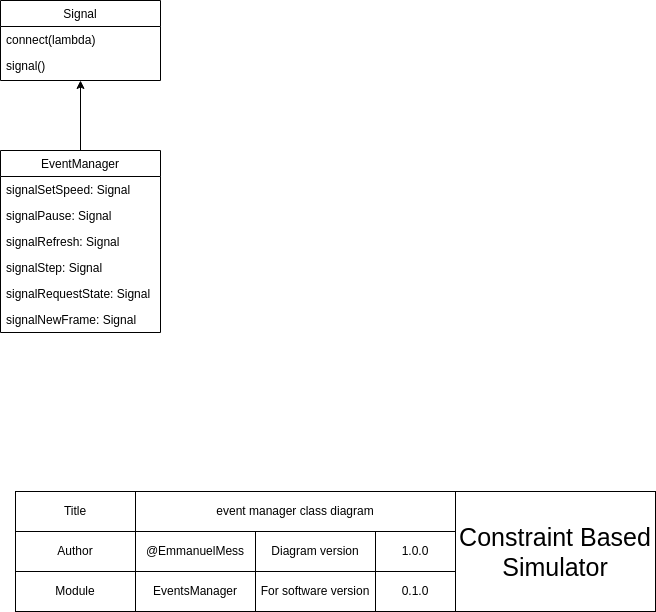
Before: design/diagrams/class/event manager class diagram.png, a diagram exported from draw.io (EmmanuelMess/ConstraintBasedSimulator). Source tidied: cells renumbered, new cells last; positions are measured from the earlier drawing's top-left corner, leaving out a move shared by most shapes.
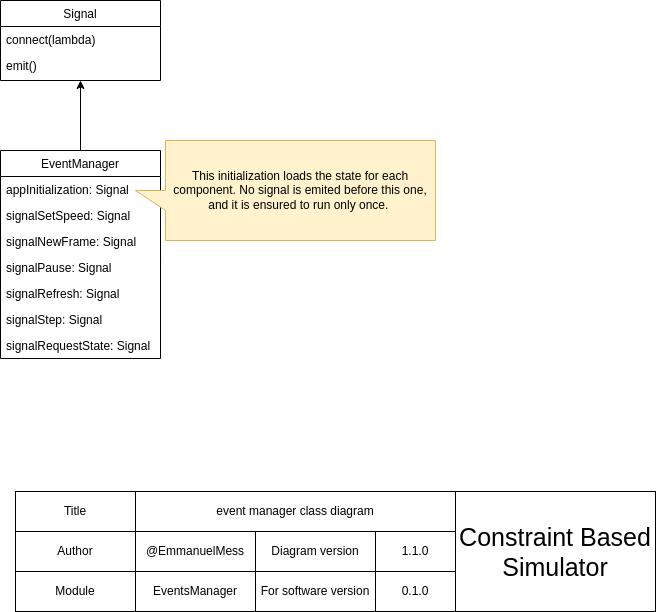
Later version of the same file.

Change to the diagram source:
```diff
@@ -3,26 +3,29 @@
     <mxCell id="0" />
     <mxCell id="1" parent="0" />
     <mxCell id="2" value="EventManager" style="swimlane;fontStyle=0;align=center;verticalAlign=top;horizontal=1;startSize=26;rounded=0;shadow=0;strokeWidth=1;" parent="1" vertex="1">
-      <mxGeometry y="150" width="160" height="182" as="geometry" />
+      <mxGeometry y="150" width="160" height="208" as="geometry" />
     </mxCell>
+    <mxCell id="8" value="appInitialization: Signal" style="text;align=left;verticalAlign=top;spacingLeft=4;spacingRight=4;overflow=hidden;" parent="2" vertex="1">
+      <mxGeometry y="26" width="160" height="26" as="geometry" />
+    </mxCell>
     <mxCell id="3" value="signalSetSpeed: Signal" style="text;align=left;verticalAlign=top;spacingLeft=4;spacingRight=4;overflow=hidden;" parent="2" vertex="1">
-      <mxGeometry y="26" width="160" height="26" as="geometry" />
+      <mxGeometry y="52" width="160" height="26" as="geometry" />
     </mxCell>
+    <mxCell id="24" value="signalNewFrame: Signal" style="text;align=left;verticalAlign=top;spacingLeft=4;spacingRight=4;overflow=hidden;" parent="2" vertex="1">
+      <mxGeometry y="78" width="160" height="26" as="geometry" />
+    </mxCell>
     <mxCell id="4" value="signalPause: Signal" style="text;align=left;verticalAlign=top;spacingLeft=4;spacingRight=4;overflow=hidden;" parent="2" vertex="1">
-      <mxGeometry y="52" width="160" height="26" as="geometry" />
+      <mxGeometry y="104" width="160" height="26" as="geometry" />
     </mxCell>
     <mxCell id="5" value="signalRefresh: Signal" style="text;align=left;verticalAlign=top;spacingLeft=4;spacingRight=4;overflow=hidden;" parent="2" vertex="1">
-      <mxGeometry y="78" width="160" height="26" as="geometry" />
+      <mxGeometry y="130" width="160" height="26" as="geometry" />
     </mxCell>
     <mxCell id="6" value="signalStep: Signal" style="text;align=left;verticalAlign=top;spacingLeft=4;spacingRight=4;overflow=hidden;" parent="2" vertex="1">
-      <mxGeometry y="104" width="160" height="26" as="geometry" />
+      <mxGeometry y="156" width="160" height="26" as="geometry" />
     </mxCell>
     <mxCell id="7" value="signalRequestState: Signal" style="text;align=left;verticalAlign=top;spacingLeft=4;spacingRight=4;overflow=hidden;" parent="2" vertex="1">
-      <mxGeometry y="130" width="160" height="26" as="geometry" />
+      <mxGeometry y="182" width="160" height="26" as="geometry" />
     </mxCell>
-    <mxCell id="8" value="signalNewFrame: Signal" style="text;align=left;verticalAlign=top;spacingLeft=4;spacingRight=4;overflow=hidden;" parent="2" vertex="1">
-      <mxGeometry y="156" width="160" height="26" as="geometry" />
-    </mxCell>
     <mxCell id="9" value="Title" style="rounded=0;whiteSpace=wrap;html=1;" parent="1" vertex="1">
       <mxGeometry x="15" y="491" width="120" height="40" as="geometry" />
     </mxCell>
@@ -47,7 +50,7 @@
     <mxCell id="16" value="&lt;font style=&quot;font-size: 25px;&quot;&gt;Constraint Based Simulator&lt;/font&gt;" style="rounded=0;whiteSpace=wrap;html=1;" parent="1" vertex="1">
       <mxGeometry x="455" y="491" width="200" height="120" as="geometry" />
     </mxCell>
-    <mxCell id="17" value="1.0.0" style="rounded=0;whiteSpace=wrap;html=1;" parent="1" vertex="1">
+    <mxCell id="17" value="1.1.0" style="rounded=0;whiteSpace=wrap;html=1;" parent="1" vertex="1">
       <mxGeometry x="375" y="531" width="80" height="40" as="geometry" />
     </mxCell>
     <mxCell id="18" value="For software version" style="rounded=0;whiteSpace=wrap;html=1;" parent="1" vertex="1">
@@ -62,11 +65,14 @@
     <mxCell id="21" value="connect(lambda)" style="text;align=left;verticalAlign=top;spacingLeft=4;spacingRight=4;overflow=hidden;" parent="20" vertex="1">
       <mxGeometry y="26" width="160" height="26" as="geometry" />
     </mxCell>
-    <mxCell id="22" value="signal()" style="text;align=left;verticalAlign=top;spacingLeft=4;spacingRight=4;overflow=hidden;" parent="20" vertex="1">
+    <mxCell id="22" value="emit()" style="text;align=left;verticalAlign=top;spacingLeft=4;spacingRight=4;overflow=hidden;" parent="20" vertex="1">
       <mxGeometry y="52" width="160" height="26" as="geometry" />
     </mxCell>
     <mxCell id="23" style="edgeStyle=orthogonalEdgeStyle;rounded=0;jettySize=auto;html=1;" parent="1" edge="1" source="2" target="20">
       <mxGeometry relative="1" as="geometry" />
     </mxCell>
+    <mxCell id="25" value="This initialization loads the state for each component. No signal is emited before this one, and it is ensured to run only once.&amp;nbsp;" style="shape=callout;whiteSpace=wrap;html=1;perimeter=calloutPerimeter;direction=south;fillColor=#fff2cc;strokeColor=#d6b656;" parent="1" vertex="1">
+      <mxGeometry x="135" y="140" width="300" height="100" as="geometry" />
+    </mxCell>
   </root>
 </mxGraphModel>
```
